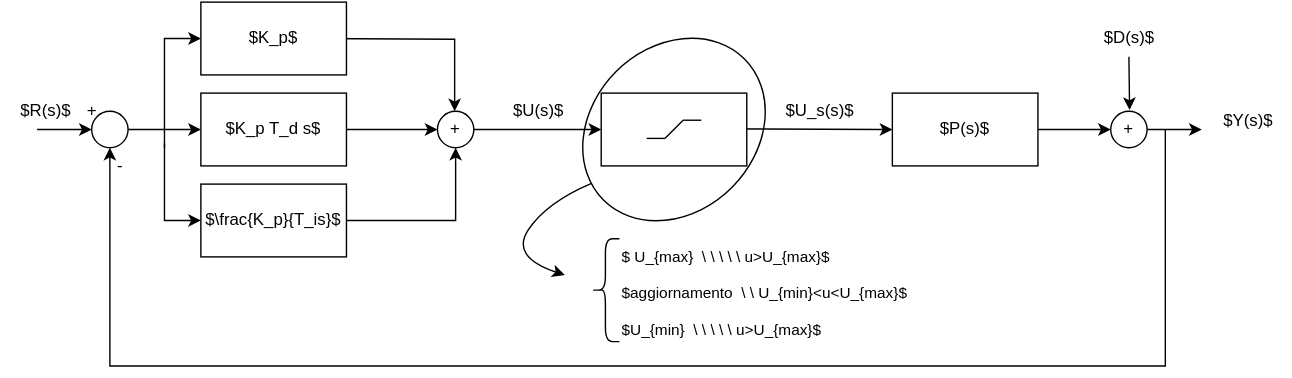
MarcoMinarelli/Rover_LabAuto keeps this draw.io diagram as relazione/img/PIDAntiWindupClamping.svg. Above is the earlier version. Source tidied: cells renumbered, new cells last; positions are measured from the earlier drawing's top-left corner, leaving out a move shared by most shapes.
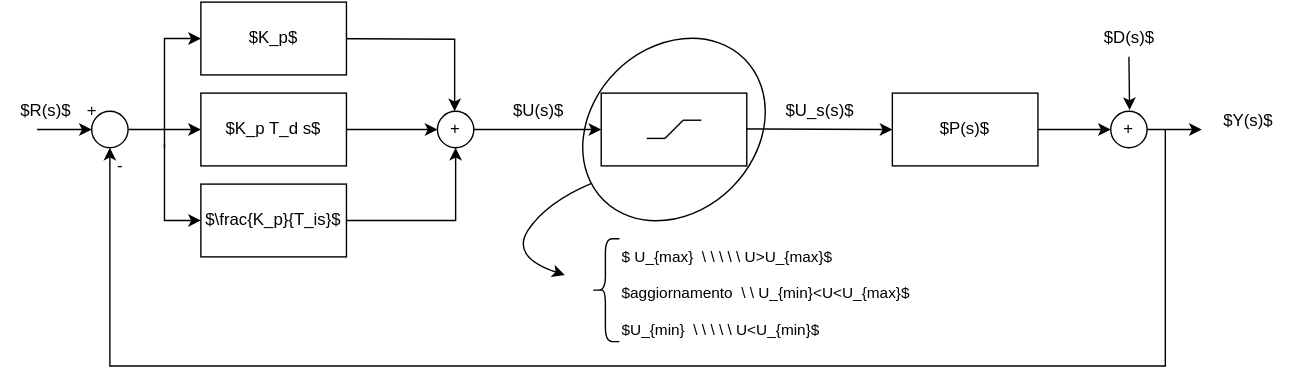
After the commit.

Diff of the diagram source:
```diff
@@ -152,13 +152,13 @@
         </Array>
       </mxGeometry>
     </mxCell>
-    <mxCell id="35" value="&#10;$ U_{max}  \ \ \ \ \ u&gt;U_{max}$&#10;  " style="text;align=left;verticalAlign=middle;rounded=0;fontSize=11;" parent="1" vertex="1">
+    <mxCell id="35" value="&#10;$ U_{max}  \ \ \ \ \ U&gt;U_{max}$&#10;  " style="text;align=left;verticalAlign=middle;rounded=0;fontSize=11;" parent="1" vertex="1">
       <mxGeometry x="442" y="169" width="169" height="26" as="geometry" />
     </mxCell>
-    <mxCell id="36" value="$aggiornamento  \ \ U_{min}&lt;u&lt;U_{max}$" style="text;fillColor=none;fontSize=11;" parent="1" vertex="1">
+    <mxCell id="36" value="$aggiornamento  \ \ U_{min}&lt;U&lt;U_{max}$" style="text;fillColor=none;fontSize=11;" parent="1" vertex="1">
       <mxGeometry x="442" y="195" width="377" height="26" as="geometry" />
     </mxCell>
-    <mxCell id="37" value="$U_{min}  \ \ \ \ \ u&gt;U_{max}$" style="text;fillColor=none;fontSize=11;" parent="1" vertex="1">
+    <mxCell id="37" value="$U_{min}  \ \ \ \ \ U&lt;U_{min}$" style="text;fillColor=none;fontSize=11;" parent="1" vertex="1">
       <mxGeometry x="442" y="221" width="156" height="26" as="geometry" />
     </mxCell>
     <mxCell id="38" style="shape=curlyBracket;whiteSpace=wrap;html=1;rounded=1;labelPosition=left;verticalLabelPosition=middle;align=right;verticalAlign=middle;" parent="1" vertex="1">
```
